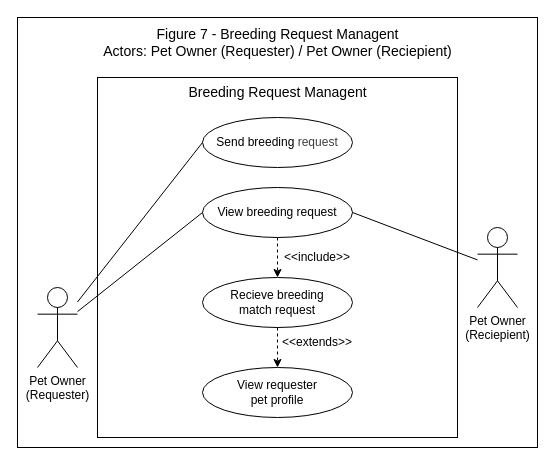
Before: page "Fig-7" (7 of 10) of USE-CASE_Diagram_Franco.drawio in Chels013/Breedr-Diagrams, a draw.io diagram. Source tidied: cells renumbered, new cells numbered last; positions are measured from the earlier drawing's top-left corner, leaving out a move shared by most shapes. Both pictures are drawn from the tidied source at 100%, with x=0, y=0 at pixel (17, 17).
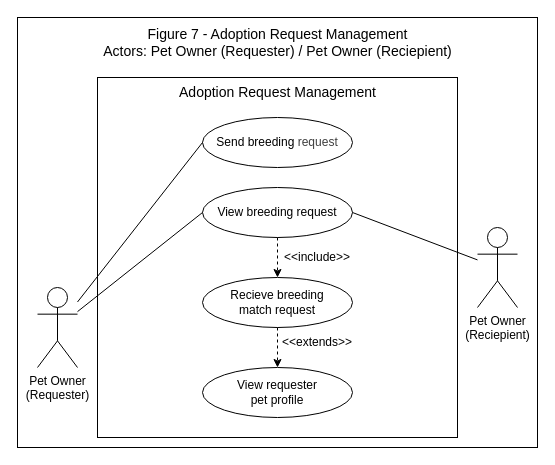
The same diagram, later.

Change to the diagram source:
```diff
@@
 <mxGraphModel>
   <root>
     <mxCell id="0" />
     <mxCell id="1" parent="0" />
     <mxCell id="2" style="rounded=0;whiteSpace=wrap;html=1;" parent="1" vertex="1">
       <mxGeometry width="520" height="430" as="geometry" />
     </mxCell>
     <mxCell id="3" style="rounded=0;whiteSpace=wrap;html=1;" parent="1" vertex="1">
       <mxGeometry x="80" y="60" width="360" height="360" as="geometry" />
     </mxCell>
-    <mxCell id="4" value="Figure 7 - Breeding Request Managent&lt;div&gt;Actors: Pet Owner (Requester) / Pet Owner (Reciepient)&lt;/div&gt;" style="text;html=1;align=center;verticalAlign=middle;whiteSpace=wrap;rounded=0;fontSize=14;" parent="1" vertex="1">
+    <mxCell id="4" value="Figure 7 - Adoption Request Management&lt;div&gt;Actors: Pet Owner (Requester) / Pet Owner (Reciepient)&lt;/div&gt;" style="text;html=1;align=center;verticalAlign=middle;whiteSpace=wrap;rounded=0;fontSize=14;" parent="1" vertex="1">
       <mxGeometry x="82.5" y="10" width="355" height="30" as="geometry" />
     </mxCell>
-    <mxCell id="5" value="&lt;span style=&quot;color: rgb(0, 0, 0);&quot;&gt;Breeding Request Managent&lt;/span&gt;" style="text;html=1;align=center;verticalAlign=middle;whiteSpace=wrap;rounded=0;fontSize=14;" parent="1" vertex="1">
+    <mxCell id="5" value="&lt;span style=&quot;color: rgb(0, 0, 0);&quot;&gt;Adoption Request Management&lt;/span&gt;" style="text;html=1;align=center;verticalAlign=middle;whiteSpace=wrap;rounded=0;fontSize=14;" parent="1" vertex="1">
       <mxGeometry x="142.5" y="60" width="235" height="30" as="geometry" />
     </mxCell>
     <mxCell id="6" value="Send breeding&lt;span style=&quot;color: rgb(63, 63, 63); background-color: transparent;&quot;&gt;&amp;nbsp;request&lt;/span&gt;" style="ellipse;whiteSpace=wrap;html=1;" parent="1" vertex="1">
       <mxGeometry x="185" y="100" width="150" height="50" as="geometry" />
     </mxCell>
     <mxCell id="7" value="View breeding request" style="ellipse;whiteSpace=wrap;html=1;" parent="1" vertex="1">
       <mxGeometry x="185" y="170" width="150" height="50" as="geometry" />
     </mxCell>
     <mxCell id="8" value="Recieve breeding&lt;div&gt;match request&lt;/div&gt;" style="ellipse;whiteSpace=wrap;html=1;" parent="1" vertex="1">
       <mxGeometry x="185" y="260" width="150" height="50" as="geometry" />
     </mxCell>
     <mxCell id="9" value="View requester&lt;div&gt;pet profile&lt;/div&gt;" style="ellipse;whiteSpace=wrap;html=1;" parent="1" vertex="1">
       <mxGeometry x="185" y="350" width="150" height="50" as="geometry" />
     </mxCell>
     <mxCell id="10" value="Pet Owner&lt;br&gt;(Requester)" style="shape=umlActor;verticalLabelPosition=bottom;verticalAlign=top;html=1;outlineConnect=0;" parent="1" vertex="1">
       <mxGeometry x="20" y="270" width="40" height="80" as="geometry" />
     </mxCell>
     <mxCell id="11" value="Pet Owner&lt;div&gt;(Reciepient)&lt;/div&gt;" style="shape=umlActor;verticalLabelPosition=bottom;verticalAlign=top;html=1;outlineConnect=0;" parent="1" vertex="1">
       <mxGeometry x="460" y="210" width="40" height="80" as="geometry" />
     </mxCell>
     <mxCell id="12" style="endArrow=none;html=1;entryX=0;entryY=0.5;entryDx=0;entryDy=0;" parent="1" edge="1" source="10" target="6">
       <mxGeometry relative="1" as="geometry" />
     </mxCell>
     <mxCell id="13" style="endArrow=none;html=1;entryX=0;entryY=0.5;entryDx=0;entryDy=0;" parent="1" edge="1" source="10" target="7">
       <mxGeometry relative="1" as="geometry" />
     </mxCell>
     <mxCell id="14" style="endArrow=none;html=1;exitX=1;exitY=0.5;exitDx=0;exitDy=0;" parent="1" edge="1" source="7" target="11">
       <mxGeometry relative="1" as="geometry" />
     </mxCell>
     <mxCell id="15" style="html=1;labelBackgroundColor=#ffffff;startArrow=none;startFill=0;startSize=6;endArrow=classic;endFill=1;endSize=6;jettySize=auto;strokeWidth=1;dashed=1;fontSize=14;entryX=0.5;entryY=0;entryDx=0;entryDy=0;exitX=0.5;exitY=1;exitDx=0;exitDy=0;" parent="1" edge="1" source="8" target="9">
       <mxGeometry relative="1" as="geometry" />
     </mxCell>
     <mxCell id="16" value="&amp;lt;&amp;lt;include&amp;gt;&amp;gt;" style="text;html=1;align=center;verticalAlign=middle;whiteSpace=wrap;rounded=0;" parent="1" vertex="1">
       <mxGeometry x="270" y="225" width="60" height="30" as="geometry" />
     </mxCell>
     <mxCell id="17" style="html=1;labelBackgroundColor=#ffffff;startArrow=none;startFill=0;startSize=6;endArrow=classic;endFill=1;endSize=6;jettySize=auto;strokeWidth=1;dashed=1;fontSize=14;entryX=0.5;entryY=0;entryDx=0;entryDy=0;exitX=0.5;exitY=1;exitDx=0;exitDy=0;" parent="1" edge="1" source="7" target="8">
       <mxGeometry relative="1" as="geometry" />
     </mxCell>
     <mxCell id="18" value="&amp;lt;&amp;lt;extends&amp;gt;&amp;gt;" style="text;html=1;align=center;verticalAlign=middle;whiteSpace=wrap;rounded=0;" parent="1" vertex="1">
       <mxGeometry x="270" y="310" width="60" height="30" as="geometry" />
     </mxCell>
   </root>
 </mxGraphModel>
```
